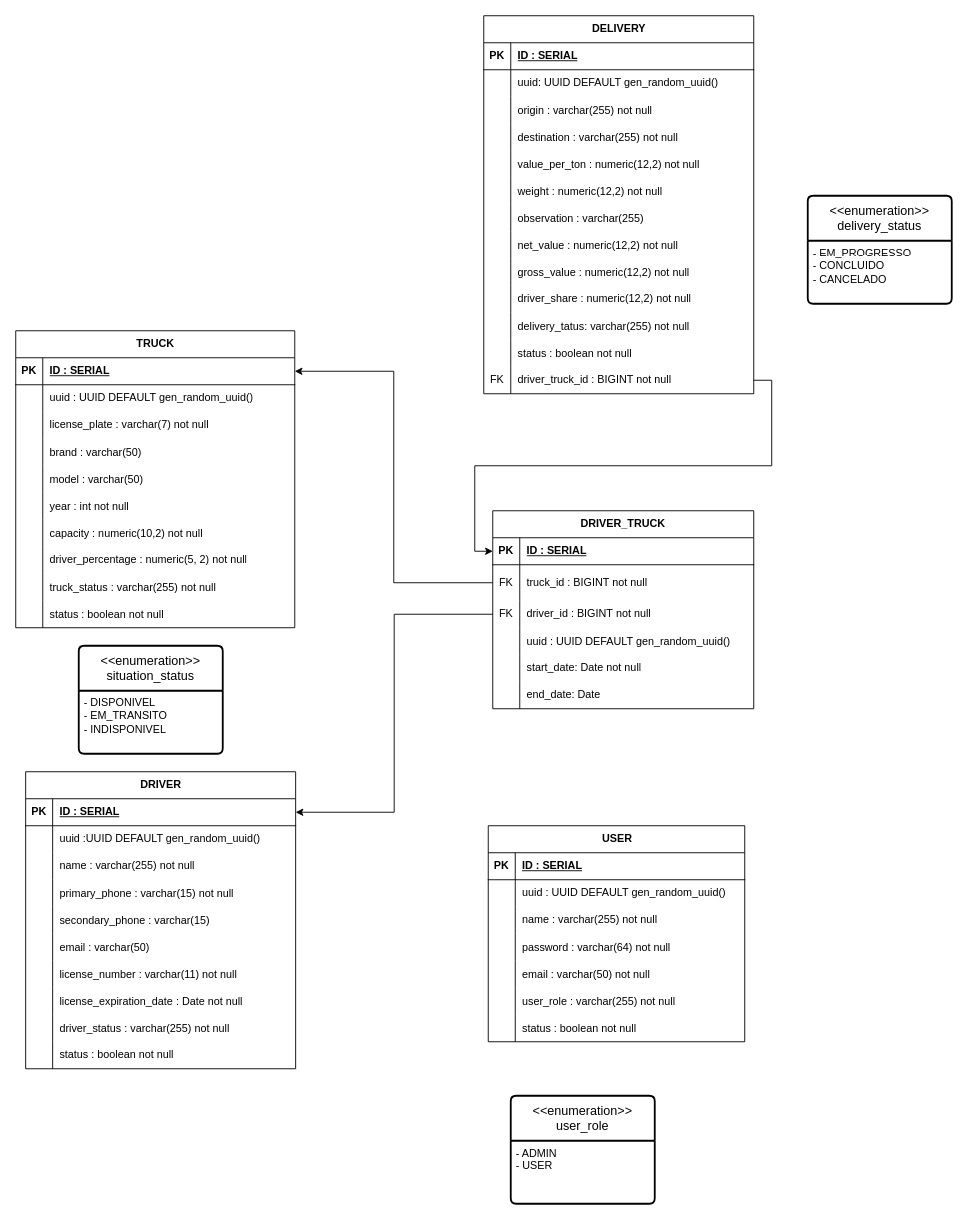
Before: boss-api-v2.drawio in FernandoSoso/boss-api, a draw.io diagram. Source tidied: cells renumbered, new cells numbered last; positions are measured from the earlier drawing's top-left corner, leaving out a move shared by most shapes. Both pictures are drawn from the tidied source at 90%, with x=0, y=0 at pixel (15, 15).
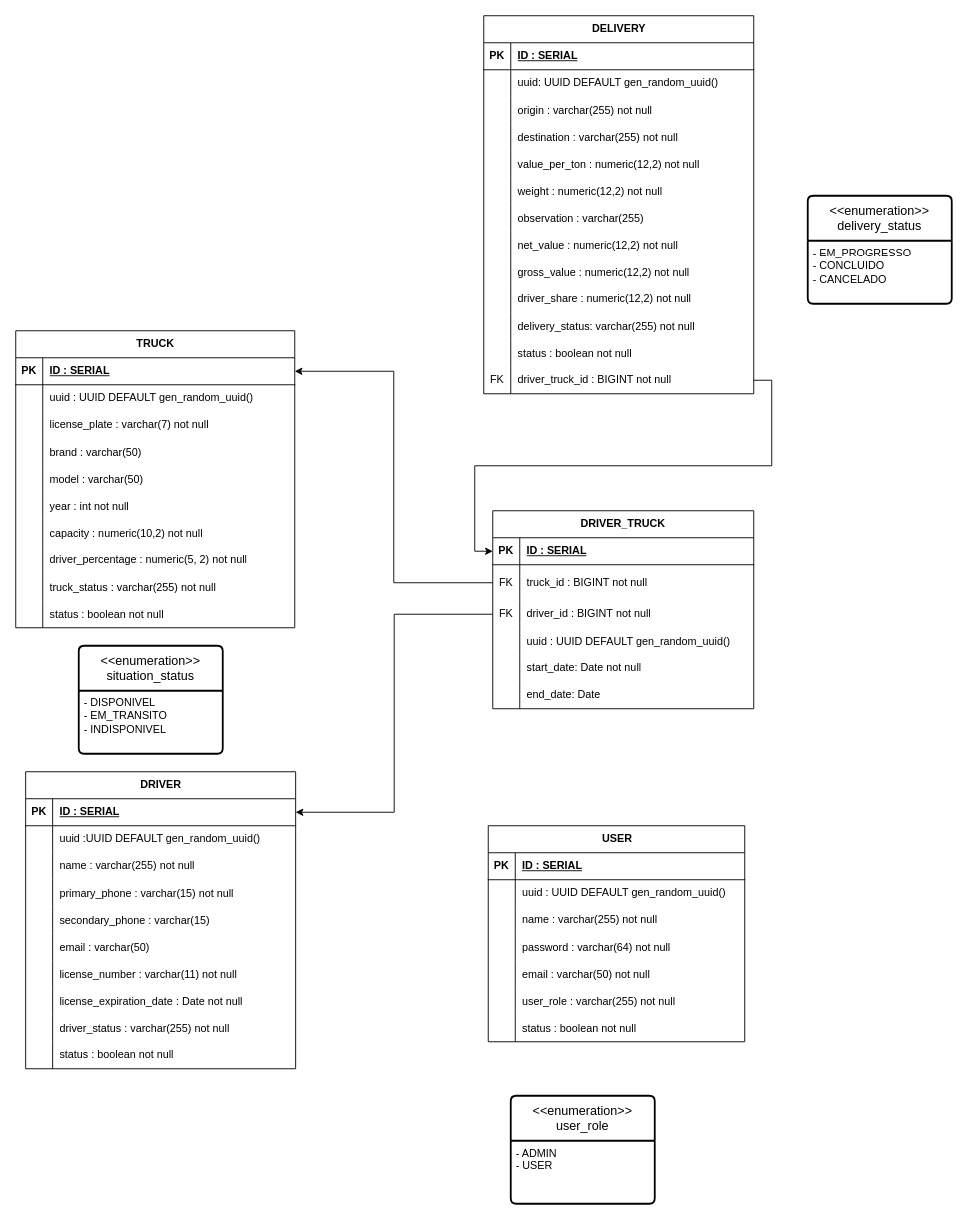
Above is the later version.

The change refers to these unchanged cells:
```xml
<mxCell id="136" style="shape=tableRow;horizontal=0;startSize=0;swimlaneHead=0;swimlaneBody=0;fillColor=none;top=0;left=0;right=0;bottom=0;" parent="105" vertex="1">
  <mxGeometry y="330" width="300" height="30" as="geometry" />
</mxCell>
```

Change to the diagram source:
```diff
@@
-    <mxCell id="138" value="delivery_tatus: varchar(255) not null" style="shape=partialRectangle;fillColor=none;top=0;left=0;bottom=0;right=0;align=left;spacingLeft=6;overflow=hidden;" parent="136" vertex="1">
+    <mxCell id="138" value="delivery_status: varchar(255) not null" style="shape=partialRectangle;fillColor=none;top=0;left=0;bottom=0;right=0;align=left;spacingLeft=6;overflow=hidden;" parent="136" vertex="1">
       <mxGeometry x="30" width="270" height="30" as="geometry" />
     </mxCell>
```
